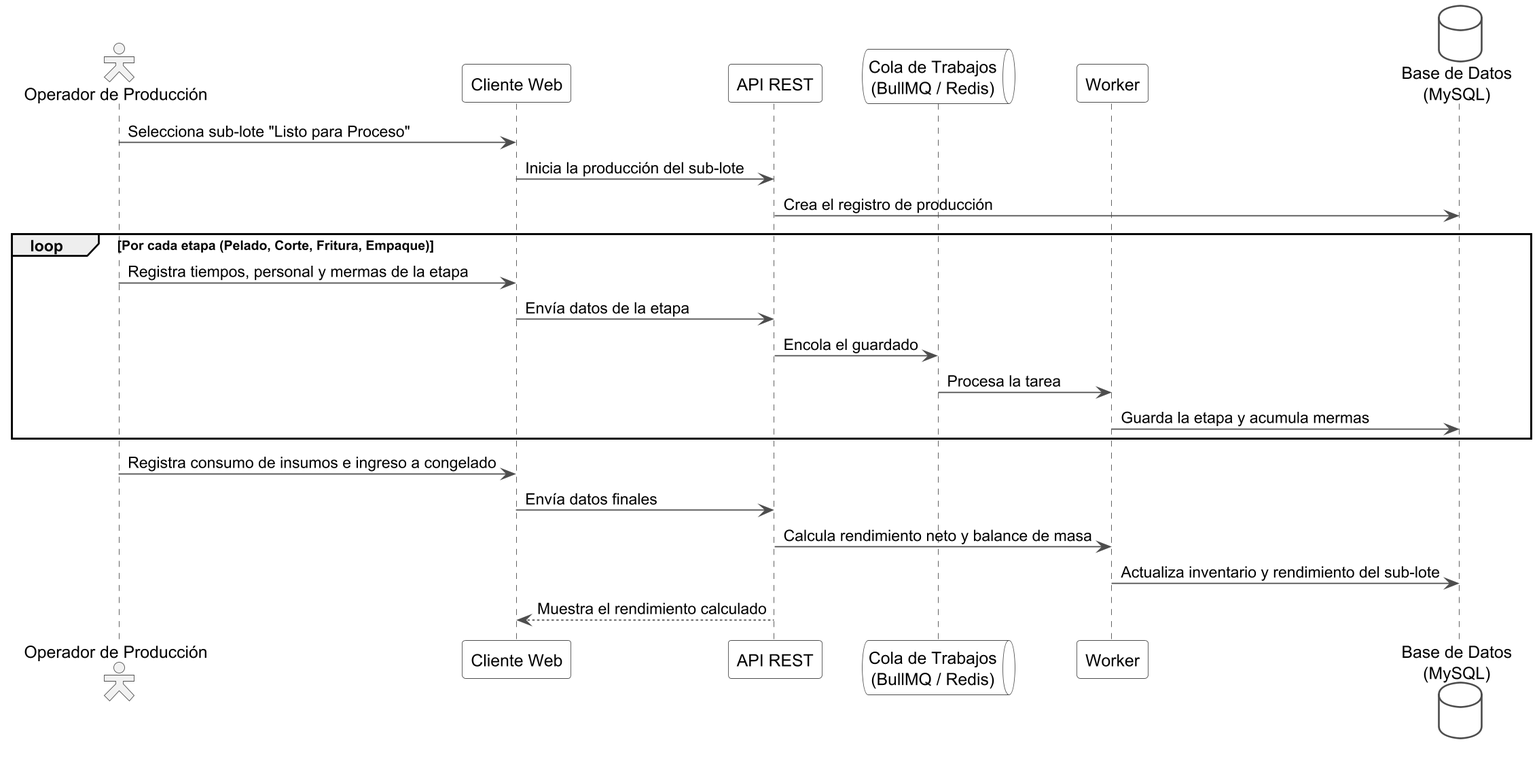
Earlier version of the PlantUML export diagramas/iteraciones/iteracion3_secuencia.png (DecosUniversity/distri_yaneth_backend). The source it was exported from:
```plantuml
@startuml iteracion3_secuencia
skinparamlocked dpi 170
skinparam shadowing false
skinparam actorStyle hollow
skinparam sequence {
  ArrowColor #4D4D4D
  LifeLineBorderColor #4D4D4D
  LifeLineBackgroundColor #F7F7F7
  ParticipantBorderColor #4D4D4D
  ParticipantBackgroundColor #FFFFFF
  ActorBorderColor #4D4D4D
  ActorBackgroundColor #F2F2F2
}
skinparam databaseBorderColor #4D4D4D
skinparam databaseBackgroundColor #FFFFFF
skinparam queueBorderColor #4D4D4D
skinparam queueBackgroundColor #FFFFFF

actor "Operador de Producción" as Op
participant "Cliente Web" as CW
participant "API REST" as API
queue "Cola de Trabajos\n(BullMQ / Redis)" as Q
participant "Worker" as W
database "Base de Datos\n(MySQL)" as DB

Op -> CW : Selecciona sub-lote "Listo para Proceso"
CW -> API : Inicia la producción del sub-lote
API -> DB : Crea el registro de producción

loop Por cada etapa (Pelado, Corte, Fritura, Empaque)
  Op -> CW : Registra tiempos, personal y mermas de la etapa
  CW -> API : Envía datos de la etapa
  API -> Q : Encola el guardado
  Q -> W : Procesa la tarea
  W -> DB : Guarda la etapa y acumula mermas
end

Op -> CW : Registra consumo de insumos e ingreso a congelado
CW -> API : Envía datos finales
API -> W : Calcula rendimiento neto y balance de masa
W -> DB : Actualiza inventario y rendimiento del sub-lote
API --> CW : Muestra el rendimiento calculado

@enduml
```
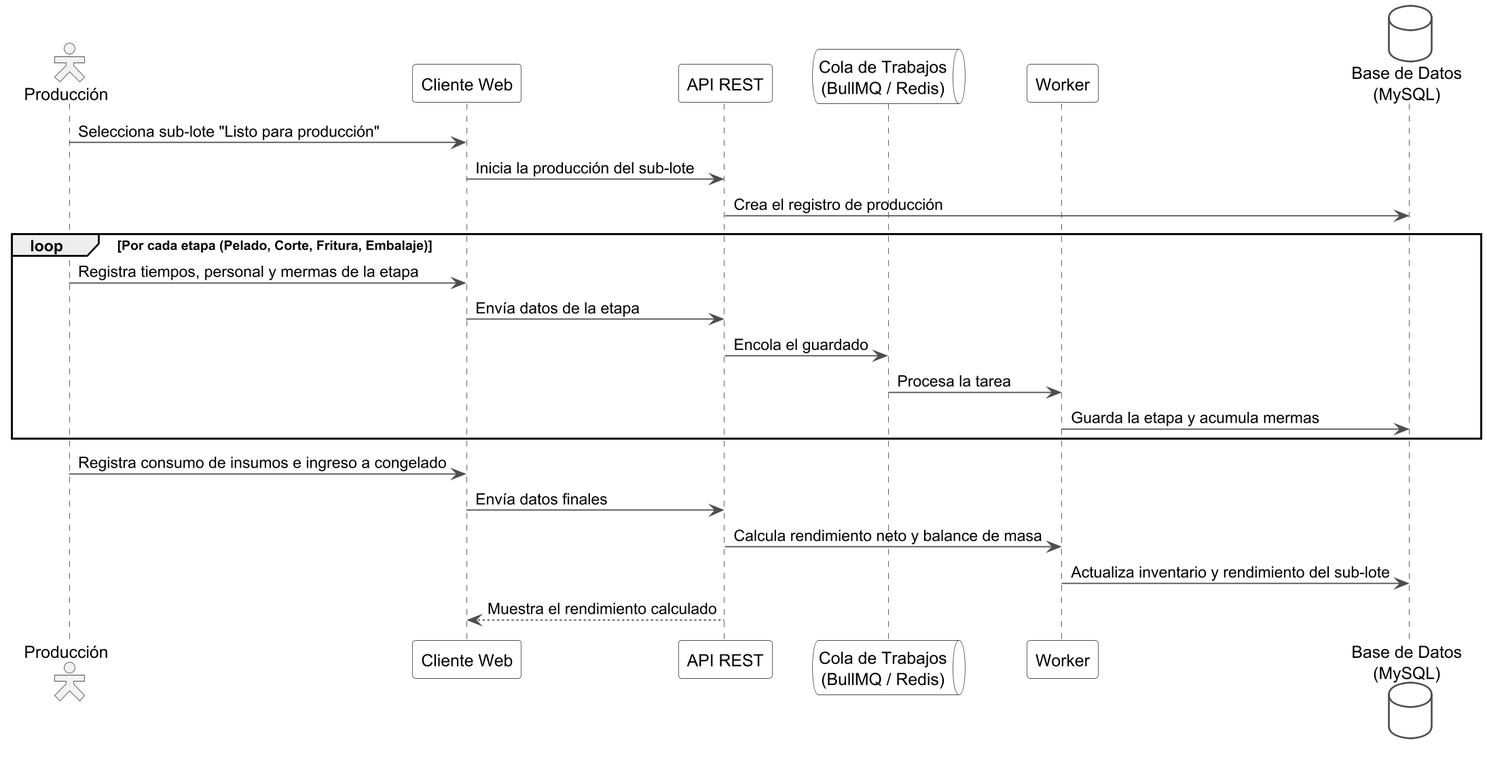
The same file after the commit.

What changed in the source:
```diff
@@ -16,18 +16,18 @@
 skinparam queueBorderColor #4D4D4D
 skinparam queueBackgroundColor #FFFFFF
 
-actor "Operador de Producción" as Op
+actor "Producción" as Op
 participant "Cliente Web" as CW
 participant "API REST" as API
 queue "Cola de Trabajos\n(BullMQ / Redis)" as Q
 participant "Worker" as W
 database "Base de Datos\n(MySQL)" as DB
 
-Op -> CW : Selecciona sub-lote "Listo para Proceso"
+Op -> CW : Selecciona sub-lote "Listo para producción"
 CW -> API : Inicia la producción del sub-lote
 API -> DB : Crea el registro de producción
 
-loop Por cada etapa (Pelado, Corte, Fritura, Empaque)
+loop Por cada etapa (Pelado, Corte, Fritura, Embalaje)
   Op -> CW : Registra tiempos, personal y mermas de la etapa
   CW -> API : Envía datos de la etapa
   API -> Q : Encola el guardado
```
